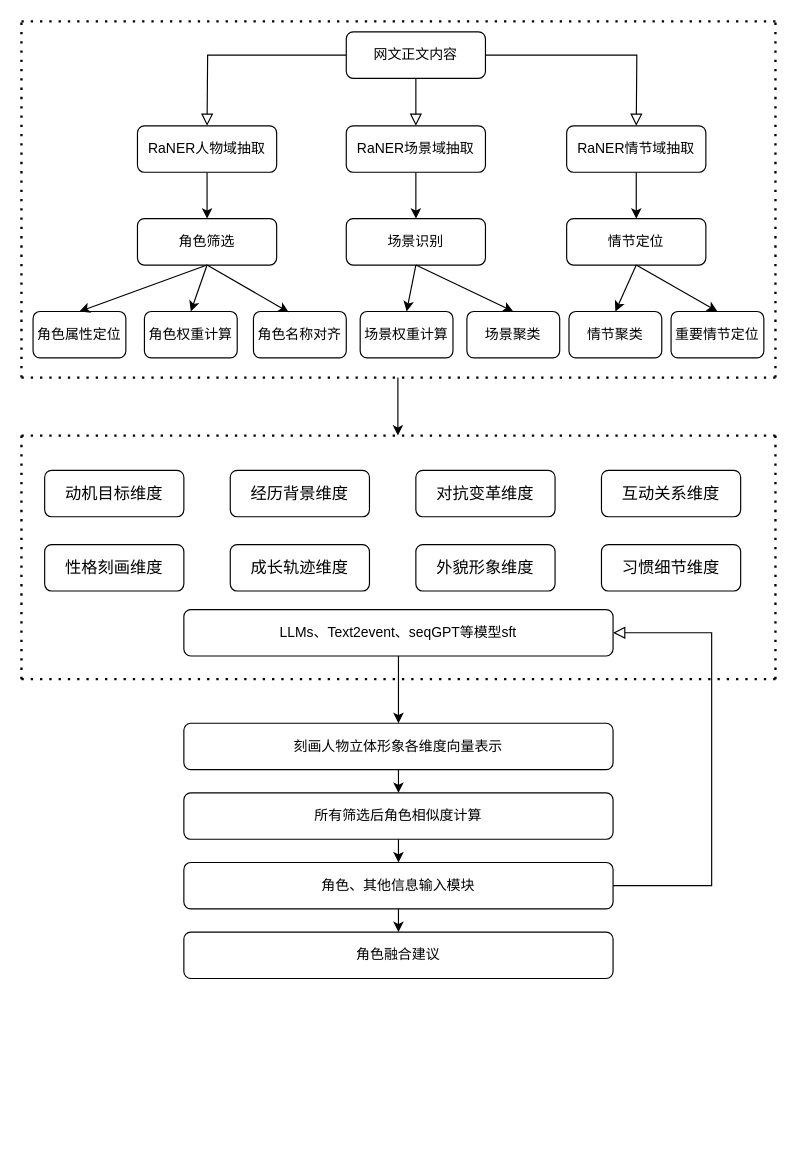
Luoxun1989/work-graph keeps this draw.io diagram as 未命名绘图.drawio. Above is the earlier version. Source tidied: cells renumbered, new cells numbered last; positions are measured from the earlier drawing's top-left corner, leaving out a move shared by most shapes. Both pictures are drawn from the tidied source at 116%, with x=0, y=0 at pixel (21, 21).
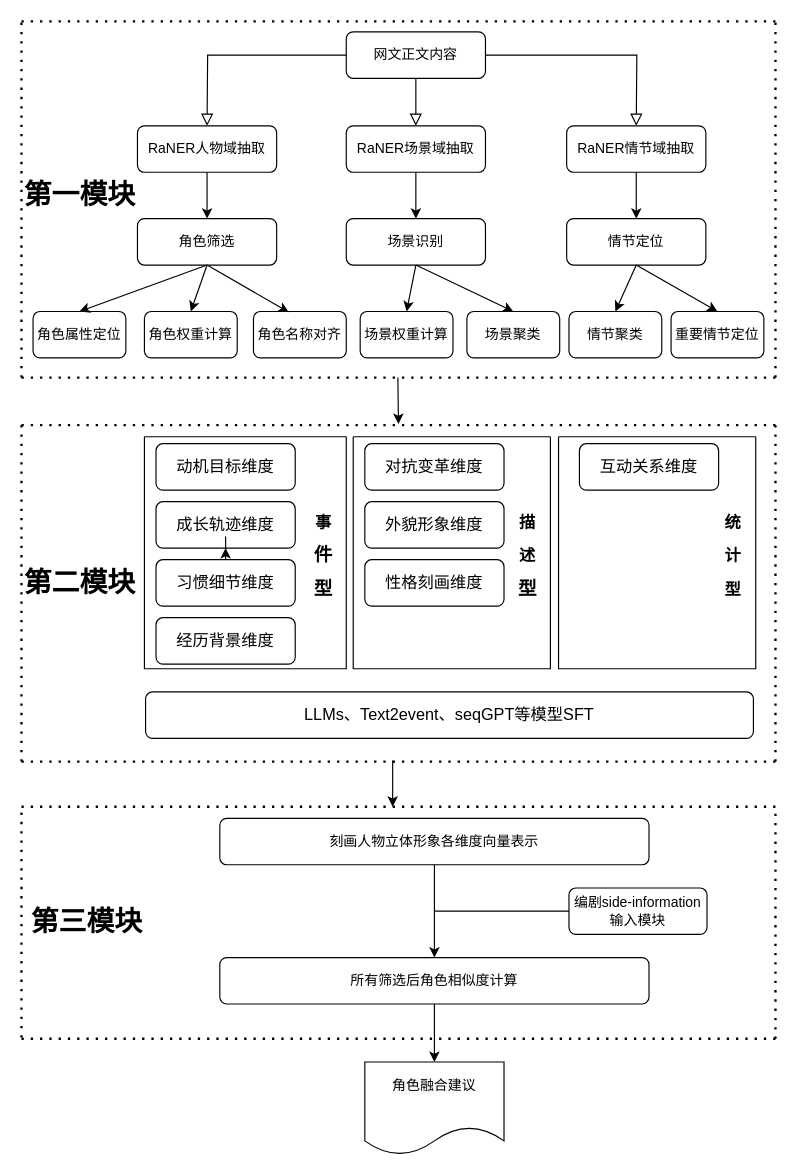
The same page after the edit.

Commit message (it also covers changes not shown here):
更新未命名绘图.drawio

Change to the diagram source:
```diff
@@
     <mxCell id="16" value="&lt;p class=&quot;MsoNormal&quot;&gt;&lt;span style=&quot;font-size: 10.5pt;&quot;&gt;动机目标维度&lt;/span&gt;&lt;/p&gt;" style="rounded=1;whiteSpace=wrap;html=1;fontSize=12;glass=0;strokeWidth=1;shadow=0;fontFamily=Helvetica;fontStyle=0;" parent="1" vertex="1">
-      <mxGeometry x="20" y="387" width="120" height="40" as="geometry" />
+      <mxGeometry x="116" y="364" width="120" height="40" as="geometry" />
     </mxCell>
@@
     <mxCell id="19" value="&lt;p class=&quot;MsoNormal&quot;&gt;&lt;span style=&quot;font-size: 10.5pt;&quot;&gt;经历背景维度&lt;/span&gt;&lt;/p&gt;" style="rounded=1;whiteSpace=wrap;html=1;fontSize=12;glass=0;strokeWidth=1;shadow=0;fontFamily=Helvetica;fontStyle=0;" parent="1" vertex="1">
-      <mxGeometry x="180" y="387" width="120" height="40" as="geometry" />
+      <mxGeometry x="116" y="514" width="120" height="40" as="geometry" />
     </mxCell>
     <mxCell id="20" value="&lt;p class=&quot;MsoNormal&quot;&gt;&lt;span style=&quot;font-size: 10.5pt;&quot;&gt;对抗变革维度&lt;/span&gt;&lt;/p&gt;" style="rounded=1;whiteSpace=wrap;html=1;fontSize=12;glass=0;strokeWidth=1;shadow=0;fontFamily=Helvetica;fontStyle=0;" parent="1" vertex="1">
-      <mxGeometry x="340" y="387" width="120" height="40" as="geometry" />
+      <mxGeometry x="296" y="364" width="120" height="40" as="geometry" />
     </mxCell>
-    <mxCell id="21" value="&lt;p class=&quot;MsoNormal&quot;&gt;&lt;span style=&quot;font-size: 10.5pt;&quot;&gt;互动关系维度&lt;/span&gt;&lt;/p&gt;" style="rounded=1;whiteSpace=wrap;html=1;fontSize=12;glass=0;strokeWidth=1;shadow=0;fontFamily=Helvetica;fontStyle=0;" parent="1" vertex="1">
-      <mxGeometry x="500" y="387" width="120" height="40" as="geometry" />
-    </mxCell>
     <mxCell id="22" value="&lt;p class=&quot;MsoNormal&quot;&gt;&lt;span&gt;&lt;span style=&quot;font-size: 10.5pt;&quot;&gt;性格刻画维度&lt;/span&gt;&lt;/span&gt;&lt;/p&gt;" style="rounded=1;whiteSpace=wrap;html=1;fontSize=12;glass=0;strokeWidth=1;shadow=0;fontFamily=Helvetica;fontStyle=0;" parent="1" vertex="1">
-      <mxGeometry x="20" y="451" width="120" height="40" as="geometry" />
+      <mxGeometry x="296" y="464" width="120" height="40" as="geometry" />
     </mxCell>
     <mxCell id="23" value="&lt;p class=&quot;MsoNormal&quot;&gt;&lt;span&gt;&lt;span style=&quot;font-size: 10.5pt;&quot;&gt;成长轨迹维度&lt;/span&gt;&lt;/span&gt;&lt;/p&gt;" style="rounded=1;whiteSpace=wrap;html=1;fontSize=12;glass=0;strokeWidth=1;shadow=0;fontFamily=Helvetica;fontStyle=0;" parent="1" vertex="1">
-      <mxGeometry x="180" y="451" width="120" height="40" as="geometry" />
+      <mxGeometry x="116" y="414" width="120" height="40" as="geometry" />
     </mxCell>
     <mxCell id="24" value="&lt;p class=&quot;MsoNormal&quot;&gt;&lt;span&gt;&lt;span style=&quot;font-size: 10.5pt;&quot;&gt;外貌形象维度&lt;/span&gt;&lt;/span&gt;&lt;/p&gt;" style="rounded=1;whiteSpace=wrap;html=1;fontSize=12;glass=0;strokeWidth=1;shadow=0;fontFamily=Helvetica;fontStyle=0;" parent="1" vertex="1">
-      <mxGeometry x="340" y="451" width="120" height="40" as="geometry" />
+      <mxGeometry x="296" y="414" width="120" height="40" as="geometry" />
     </mxCell>
+    <mxCell id="56" style="edgeStyle=orthogonalEdgeStyle;rounded=0;jettySize=auto;html=1;" parent="1" edge="1" source="25" target="23">
+      <mxGeometry relative="1" as="geometry" />
+    </mxCell>
     <mxCell id="25" value="&lt;p class=&quot;MsoNormal&quot;&gt;&lt;span&gt;&lt;span style=&quot;font-size: 10.5pt;&quot;&gt;习惯细节维度&lt;/span&gt;&lt;/span&gt;&lt;/p&gt;" style="rounded=1;whiteSpace=wrap;html=1;fontSize=12;glass=0;strokeWidth=1;shadow=0;fontFamily=Helvetica;fontStyle=0;" parent="1" vertex="1">
-      <mxGeometry x="500" y="451" width="120" height="40" as="geometry" />
+      <mxGeometry x="116" y="464" width="120" height="40" as="geometry" />
     </mxCell>
@@
     <mxCell id="35" style="endArrow=none;dashed=1;html=1;dashPattern=1 3;strokeWidth=2;rounded=0;fontFamily=Helvetica;fontStyle=0;" parent="1" edge="1">
       <mxGeometry relative="1" as="geometry">
-        <mxPoint y="357" as="sourcePoint" />
-        <mxPoint x="650" y="357" as="targetPoint" />
+        <mxPoint y="348" as="sourcePoint" />
+        <mxPoint x="650" y="348" as="targetPoint" />
       </mxGeometry>
     </mxCell>
     <mxCell id="36" style="endArrow=none;dashed=1;html=1;dashPattern=1 3;strokeWidth=2;rounded=0;fontFamily=Helvetica;fontStyle=0;" parent="1" edge="1">
       <mxGeometry relative="1" as="geometry">
-        <mxPoint y="567" as="sourcePoint" />
-        <mxPoint y="357" as="targetPoint" />
+        <mxPoint y="638" as="sourcePoint" />
+        <mxPoint y="348" as="targetPoint" />
       </mxGeometry>
     </mxCell>
     <mxCell id="37" style="endArrow=none;dashed=1;html=1;dashPattern=1 3;strokeWidth=2;rounded=0;fontFamily=Helvetica;fontStyle=0;" parent="1" edge="1">
       <mxGeometry relative="1" as="geometry">
-        <mxPoint y="567" as="sourcePoint" />
-        <mxPoint x="650" y="567" as="targetPoint" />
+        <mxPoint y="638" as="sourcePoint" />
+        <mxPoint x="650" y="638" as="targetPoint" />
       </mxGeometry>
     </mxCell>
     <mxCell id="38" style="endArrow=none;dashed=1;html=1;dashPattern=1 3;strokeWidth=2;rounded=0;fontFamily=Helvetica;fontStyle=0;" parent="1" edge="1">
       <mxGeometry relative="1" as="geometry">
-        <mxPoint x="650" y="567" as="sourcePoint" />
-        <mxPoint x="650" y="357" as="targetPoint" />
+        <mxPoint x="650" y="638" as="sourcePoint" />
+        <mxPoint x="650" y="348" as="targetPoint" />
       </mxGeometry>
     </mxCell>
@@
     <mxCell id="41" value="刻画人物立体形象各维度向量表示" style="rounded=1;whiteSpace=wrap;html=1;fontSize=12;glass=0;strokeWidth=1;shadow=0;fontFamily=Helvetica;fontStyle=0;" parent="1" vertex="1">
-      <mxGeometry x="140" y="605" width="370" height="40" as="geometry" />
+      <mxGeometry x="171" y="687" width="370" height="40" as="geometry" />
     </mxCell>
-    <mxCell id="42" value="LLMs、Text2event、seqGPT等模型sft" style="rounded=1;whiteSpace=wrap;html=1;fontSize=12;glass=0;strokeWidth=1;shadow=0;fontFamily=Helvetica;fontStyle=0;" parent="1" vertex="1">
-      <mxGeometry x="140" y="507" width="370" height="40" as="geometry" />
-    </mxCell>
     <mxCell id="43" value="所有筛选后角色相似度计算" style="rounded=1;whiteSpace=wrap;html=1;fontSize=12;glass=0;strokeWidth=1;shadow=0;fontFamily=Helvetica;fontStyle=0;" parent="1" vertex="1">
-      <mxGeometry x="140" y="665" width="370" height="40" as="geometry" />
+      <mxGeometry x="171" y="807" width="370" height="40" as="geometry" />
     </mxCell>
-    <mxCell id="44" value="角色、其他信息输入模块" style="rounded=1;whiteSpace=wrap;html=1;fontSize=12;glass=0;strokeWidth=1;shadow=0;fontFamily=Helvetica;fontStyle=0;" parent="1" vertex="1">
-      <mxGeometry x="140" y="725" width="370" height="40" as="geometry" />
+    <mxCell id="44" value="编剧side-information输入模块" style="rounded=1;whiteSpace=wrap;html=1;fontSize=12;glass=0;strokeWidth=1;shadow=0;fontFamily=Helvetica;fontStyle=0;" parent="1" vertex="1">
+      <mxGeometry x="472" y="747" width="119" height="40" as="geometry" />
     </mxCell>
-    <mxCell id="45" value="角色融合建议" style="rounded=1;whiteSpace=wrap;html=1;fontSize=12;glass=0;strokeWidth=1;shadow=0;fontFamily=Helvetica;fontStyle=0;" parent="1" vertex="1">
-      <mxGeometry x="140" y="785" width="370" height="40" as="geometry" />
-    </mxCell>
-    <mxCell id="46" style="rounded=0;html=1;jettySize=auto;fontSize=11;endArrow=block;endFill=0;endSize=8;strokeWidth=1;shadow=0;labelBackgroundColor=none;edgeStyle=orthogonalEdgeStyle;entryX=1;entryY=0.5;entryDx=0;entryDy=0;exitX=1;exitY=0.5;exitDx=0;exitDy=0;fontFamily=Helvetica;fontStyle=0;" parent="1" edge="1" source="44" target="42">
-      <mxGeometry relative="1" as="geometry">
-        <Array as="points">
-          <mxPoint x="595" y="745" />
-          <mxPoint x="595" y="527" />
-        </Array>
-      </mxGeometry>
-    </mxCell>
-    <mxCell id="47" style="endArrow=classic;html=1;rounded=0;entryX=0.5;entryY=0;entryDx=0;entryDy=0;exitX=0.5;exitY=1;exitDx=0;exitDy=0;fontFamily=Helvetica;fontStyle=0;" parent="1" edge="1" source="43" target="44">
-      <mxGeometry relative="1" as="geometry" />
-    </mxCell>
-    <mxCell id="48" style="endArrow=classic;html=1;rounded=0;exitX=0.5;exitY=1;exitDx=0;exitDy=0;entryX=0.5;entryY=0;entryDx=0;entryDy=0;fontFamily=Helvetica;fontStyle=0;" parent="1" edge="1" source="42" target="41">
-      <mxGeometry relative="1" as="geometry" />
+    <mxCell id="48" style="endArrow=classic;html=1;rounded=0;fontFamily=Helvetica;fontStyle=0;" parent="1" edge="1">
+      <mxGeometry relative="1" as="geometry">
+        <mxPoint x="320" y="637" as="sourcePoint" />
+        <mxPoint x="320" y="677" as="targetPoint" />
+      </mxGeometry>
     </mxCell>
@@
-    <mxCell id="50" style="endArrow=classic;html=1;rounded=0;exitX=0.5;exitY=1;exitDx=0;exitDy=0;entryX=0.5;entryY=0;entryDx=0;entryDy=0;fontFamily=Helvetica;fontStyle=0;" parent="1" edge="1" source="44" target="45">
-      <mxGeometry relative="1" as="geometry" />
-    </mxCell>
@@
     <mxCell id="55" style="endArrow=classic;html=1;rounded=0;fontFamily=Helvetica;fontStyle=0;" parent="1" edge="1">
       <mxGeometry relative="1" as="geometry">
         <mxPoint x="324.5" y="307" as="sourcePoint" />
-        <mxPoint x="324.5" y="357" as="targetPoint" />
+        <mxPoint x="325" y="347" as="targetPoint" />
       </mxGeometry>
     </mxCell>
+    <mxCell id="57" style="swimlane;startSize=0;" parent="1" vertex="1">
+      <mxGeometry x="106" y="358" width="174" height="200" as="geometry" />
+    </mxCell>
+    <mxCell id="58" value="&lt;font style=&quot;font-size: 14px;&quot;&gt;事&lt;/font&gt;&lt;div&gt;&lt;font size=&quot;3&quot;&gt;件&lt;/font&gt;&lt;/div&gt;&lt;div&gt;&lt;font size=&quot;3&quot;&gt;型&lt;/font&gt;&lt;/div&gt;" style="text;strokeColor=none;fillColor=none;html=1;fontSize=24;fontStyle=1;verticalAlign=middle;align=center;" parent="57" vertex="1">
+      <mxGeometry x="134" y="55" width="40" height="90" as="geometry" />
+    </mxCell>
+    <mxCell id="59" style="swimlane;startSize=0;" parent="1" vertex="1">
+      <mxGeometry x="286" y="358" width="170" height="200" as="geometry" />
+    </mxCell>
+    <mxCell id="60" value="&lt;span style=&quot;font-size: 14px;&quot;&gt;描&lt;/span&gt;&lt;div&gt;&lt;span style=&quot;font-size: 14px;&quot;&gt;述&lt;/span&gt;&lt;div&gt;&lt;font size=&quot;3&quot;&gt;型&lt;/font&gt;&lt;/div&gt;&lt;/div&gt;" style="text;strokeColor=none;fillColor=none;html=1;fontSize=24;fontStyle=1;verticalAlign=middle;align=center;" parent="59" vertex="1">
+      <mxGeometry x="130" y="55" width="40" height="90" as="geometry" />
+    </mxCell>
+    <mxCell id="61" style="swimlane;startSize=0;" parent="1" vertex="1">
+      <mxGeometry x="463" y="358" width="170" height="200" as="geometry" />
+    </mxCell>
+    <mxCell id="21" value="&lt;p class=&quot;MsoNormal&quot;&gt;&lt;span style=&quot;font-size: 10.5pt;&quot;&gt;互动关系维度&lt;/span&gt;&lt;/p&gt;" style="rounded=1;whiteSpace=wrap;html=1;fontSize=12;glass=0;strokeWidth=1;shadow=0;fontFamily=Helvetica;fontStyle=0;" parent="61" vertex="1">
+      <mxGeometry x="18" y="6" width="120" height="40" as="geometry" />
+    </mxCell>
+    <mxCell id="62" value="&lt;span style=&quot;font-size: 14px;&quot;&gt;统&lt;/span&gt;&lt;div&gt;&lt;span style=&quot;font-size: 14px;&quot;&gt;计&lt;/span&gt;&lt;/div&gt;&lt;div&gt;&lt;span style=&quot;font-size: 14px;&quot;&gt;型&lt;/span&gt;&lt;/div&gt;" style="text;strokeColor=none;fillColor=none;html=1;fontSize=24;fontStyle=1;verticalAlign=middle;align=center;" parent="61" vertex="1">
+      <mxGeometry x="130" y="55" width="40" height="90" as="geometry" />
+    </mxCell>
+    <mxCell id="63" value="第一模块" style="text;strokeColor=none;fillColor=none;html=1;fontSize=24;fontStyle=1;verticalAlign=middle;align=center;" parent="1" vertex="1">
+      <mxGeometry y="130" width="100" height="40" as="geometry" />
+    </mxCell>
+    <mxCell id="64" value="第二模块" style="text;strokeColor=none;fillColor=none;html=1;fontSize=24;fontStyle=1;verticalAlign=middle;align=center;" parent="1" vertex="1">
+      <mxGeometry y="464" width="100" height="40" as="geometry" />
+    </mxCell>
+    <mxCell id="65" value="&lt;font style=&quot;font-size: 14px;&quot;&gt;LLMs、Text2event、seqGPT等模型SFT&lt;/font&gt;" style="rounded=1;whiteSpace=wrap;html=1;fontSize=12;glass=0;strokeWidth=1;shadow=0;fontFamily=Helvetica;fontStyle=0;" parent="1" vertex="1">
+      <mxGeometry x="107" y="578" width="524" height="40" as="geometry" />
+    </mxCell>
+    <mxCell id="66" style="endArrow=none;html=1;rounded=0;exitX=0;exitY=0.5;exitDx=0;exitDy=0;" parent="1" edge="1" source="44">
+      <mxGeometry relative="1" as="geometry">
+        <mxPoint x="356" y="767" as="targetPoint" />
+      </mxGeometry>
+    </mxCell>
+    <mxCell id="45" value="&#10;&lt;span style=&quot;color: rgb(0, 0, 0); font-family: Helvetica; font-size: 12px; font-style: normal; font-variant-ligatures: normal; font-variant-caps: normal; font-weight: 400; letter-spacing: normal; orphans: 2; text-align: center; text-indent: 0px; text-transform: none; white-space: normal; widows: 2; word-spacing: 0px; -webkit-text-stroke-width: 0px; background-color: rgb(251, 251, 251); text-decoration-thickness: initial; text-decoration-style: initial; text-decoration-color: initial; display: inline !important; float: none;&quot;&gt;角色融合建议&lt;/span&gt;&#10;&#10;" style="shape=document;whiteSpace=wrap;html=1;boundedLbl=1;" parent="1" vertex="1">
+      <mxGeometry x="296" y="897" width="120" height="80" as="geometry" />
+    </mxCell>
+    <mxCell id="67" style="endArrow=classic;html=1;rounded=0;exitX=0.5;exitY=1;exitDx=0;exitDy=0;entryX=0.5;entryY=0;entryDx=0;entryDy=0;" parent="1" edge="1" source="43" target="45">
+      <mxGeometry relative="1" as="geometry" />
+    </mxCell>
+    <mxCell id="68" style="endArrow=none;dashed=1;html=1;dashPattern=1 3;strokeWidth=2;rounded=0;fontFamily=Helvetica;fontStyle=0;" parent="1" edge="1">
+      <mxGeometry relative="1" as="geometry">
+        <mxPoint y="677" as="sourcePoint" />
+        <mxPoint x="650" y="677" as="targetPoint" />
+      </mxGeometry>
+    </mxCell>
+    <mxCell id="69" style="endArrow=none;dashed=1;html=1;dashPattern=1 3;strokeWidth=2;rounded=0;fontFamily=Helvetica;fontStyle=0;" parent="1" edge="1">
+      <mxGeometry relative="1" as="geometry">
+        <mxPoint y="877" as="sourcePoint" />
+        <mxPoint x="650" y="877" as="targetPoint" />
+      </mxGeometry>
+    </mxCell>
+    <mxCell id="70" style="endArrow=none;dashed=1;html=1;dashPattern=1 3;strokeWidth=2;rounded=0;" parent="1" edge="1">
+      <mxGeometry relative="1" as="geometry">
+        <mxPoint y="876" as="sourcePoint" />
+        <mxPoint y="676" as="targetPoint" />
+      </mxGeometry>
+    </mxCell>
+    <mxCell id="71" style="endArrow=none;dashed=1;html=1;dashPattern=1 3;strokeWidth=2;rounded=0;" parent="1" edge="1">
+      <mxGeometry relative="1" as="geometry">
+        <mxPoint x="650" y="877" as="sourcePoint" />
+        <mxPoint x="650" y="677" as="targetPoint" />
+      </mxGeometry>
+    </mxCell>
+    <mxCell id="72" value="第三模块" style="text;strokeColor=none;fillColor=none;html=1;fontSize=24;fontStyle=1;verticalAlign=middle;align=center;" parent="1" vertex="1">
+      <mxGeometry x="6" y="757" width="100" height="40" as="geometry" />
+    </mxCell>
```
